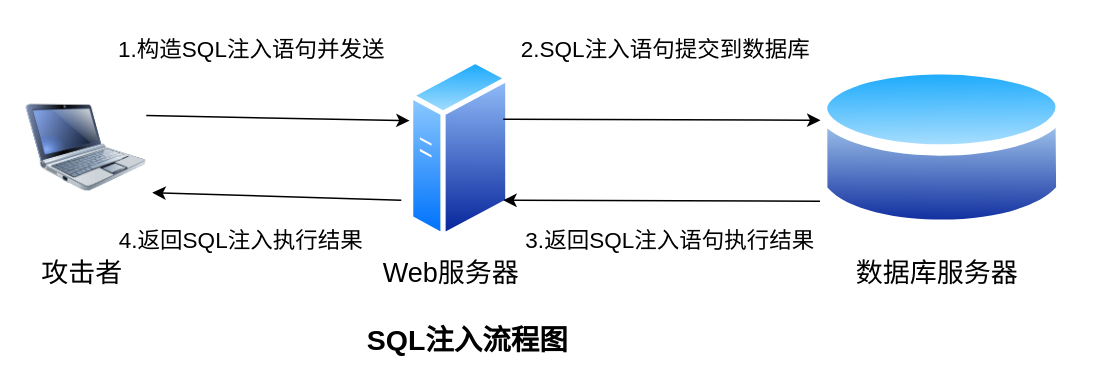
wxj-zjhz/demo keeps this draw.io diagram as SQLI.drawio. Above is the earlier version. Source tidied: cells renumbered, new cells numbered last; positions are measured from the earlier drawing's top-left corner, leaving out a move shared by most shapes. Both pictures are drawn from the tidied source at 150%, with x=0, y=0 at pixel (26, 26).
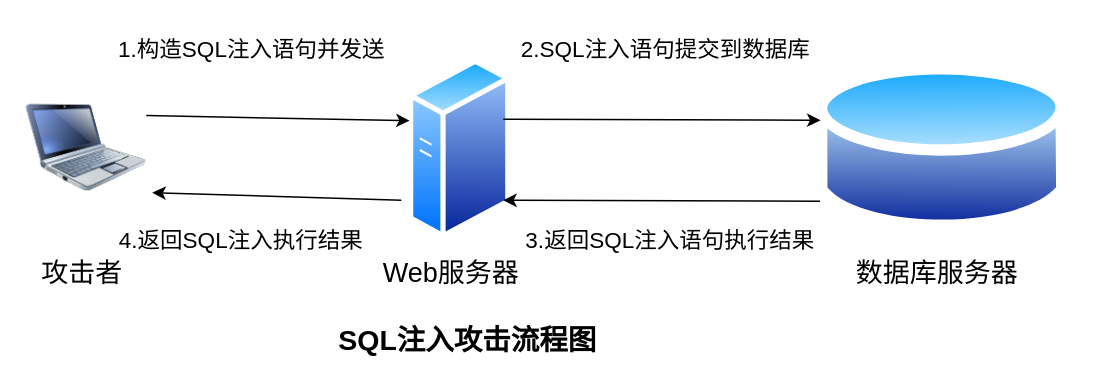
After the change.

What changed in the source:
```diff
@@
 <mxGraphModel>
   <root>
     <mxCell id="0" />
     <mxCell id="1" parent="0" />
     <mxCell id="2" style="image;html=1;image=img/lib/clip_art/computers/Netbook_128x128.png;" parent="1" vertex="1">
       <mxGeometry y="38" width="80" height="86" as="geometry" />
     </mxCell>
     <mxCell id="3" style="image;perimeter=ellipsePerimeter;html=1;align=center;shadow=0;dashed=0;spacingTop=3;image=img/lib/active_directory/generic_server.svg;" parent="1" vertex="1">
       <mxGeometry x="255" y="21" width="68.3" height="122" as="geometry" />
     </mxCell>
     <mxCell id="4" style="image;perimeter=ellipsePerimeter;html=1;align=center;shadow=0;dashed=0;spacingTop=3;image=img/lib/active_directory/database.svg;" parent="1" vertex="1">
       <mxGeometry x="527" y="19" width="167.6" height="124" as="geometry" />
     </mxCell>
     <mxCell id="5" style="endArrow=classic;html=1;rounded=0;entryX=0.009;entryY=0.344;entryDx=0;entryDy=0;entryPerimeter=0;exitX=1;exitY=0.25;exitDx=0;exitDy=0;" parent="1" edge="1" source="2" target="3">
       <mxGeometry relative="1" as="geometry" />
     </mxCell>
     <mxCell id="6" style="endArrow=classic;html=1;rounded=0;entryX=0.015;entryY=0.352;entryDx=0;entryDy=0;entryPerimeter=0;" parent="1" edge="1" target="4">
       <mxGeometry relative="1" as="geometry">
         <mxPoint x="318" y="62" as="sourcePoint" />
       </mxGeometry>
     </mxCell>
     <mxCell id="7" style="endArrow=classic;html=1;rounded=0;exitX=0.013;exitY=0.787;exitDx=0;exitDy=0;exitPerimeter=0;" parent="1" edge="1" source="4">
       <mxGeometry relative="1" as="geometry">
         <mxPoint x="318" y="116" as="targetPoint" />
       </mxGeometry>
     </mxCell>
     <mxCell id="8" style="endArrow=classic;html=1;rounded=0;" parent="1" edge="1">
       <mxGeometry relative="1" as="geometry">
         <mxPoint x="250" y="116" as="sourcePoint" />
         <mxPoint x="84" y="111" as="targetPoint" />
       </mxGeometry>
     </mxCell>
     <mxCell id="9" value="攻击者" style="text;align=center;verticalAlign=middle;strokeColor=none;fillColor=none;fontSize=18;fontStyle=0;html=1;" parent="1" vertex="1">
       <mxGeometry x="1" y="148" width="72" height="34" as="geometry" />
     </mxCell>
     <mxCell id="10" value="Web服务器" style="text;align=center;verticalAlign=middle;strokeColor=none;fillColor=none;fontSize=18;fontStyle=0;html=1;" parent="1" vertex="1">
       <mxGeometry x="228" y="148" width="109" height="34" as="geometry" />
     </mxCell>
     <mxCell id="11" value="数据库服务器" style="text;align=center;verticalAlign=middle;strokeColor=none;fillColor=none;fontSize=18;fontStyle=0;html=1;" parent="1" vertex="1">
       <mxGeometry x="544" y="148" width="126" height="34" as="geometry" />
     </mxCell>
     <mxCell id="12" value="1.构造SQL&lt;span style=&quot;background-color: initial; font-size: 15px;&quot;&gt;注入语句并发送&lt;/span&gt;" style="text;html=1;align=center;verticalAlign=middle;strokeColor=none;fillColor=none;fontSize=15;" parent="1" vertex="1">
       <mxGeometry x="52" width="196" height="30" as="geometry" />
     </mxCell>
     <mxCell id="13" value="2.SQL&lt;span style=&quot;background-color: initial; font-size: 15px;&quot;&gt;注入语句提交到数据库&lt;/span&gt;" style="text;html=1;align=center;verticalAlign=middle;strokeColor=none;fillColor=none;fontSize=15;" parent="1" vertex="1">
       <mxGeometry x="320" width="211" height="30" as="geometry" />
     </mxCell>
     <mxCell id="14" value="3.&lt;span style=&quot;background-color: initial; font-size: 15px;&quot;&gt;返回SQL注入语句执行结果&lt;/span&gt;" style="text;html=1;align=center;verticalAlign=middle;strokeColor=none;fillColor=none;fontSize=15;" parent="1" vertex="1">
       <mxGeometry x="323.3" y="127" width="211" height="30" as="geometry" />
     </mxCell>
     <mxCell id="15" value="4.返回SQL注入&lt;span style=&quot;background-color: initial; font-size: 15px;&quot;&gt;执行结果&lt;/span&gt;" style="text;html=1;align=center;verticalAlign=middle;strokeColor=none;fillColor=none;fontSize=15;" parent="1" vertex="1">
       <mxGeometry x="52" y="127" width="181" height="30" as="geometry" />
     </mxCell>
-    <mxCell id="16" value="SQL注入流程图" style="text;html=1;align=center;verticalAlign=middle;strokeColor=none;fillColor=none;fontSize=19;fontStyle=1;" parent="1" vertex="1">
-      <mxGeometry x="218" y="192" width="151" height="35" as="geometry" />
+    <mxCell id="16" value="SQL注入攻击流程图" style="text;html=1;align=center;verticalAlign=middle;strokeColor=none;fillColor=none;fontSize=19;fontStyle=1;" parent="1" vertex="1">
+      <mxGeometry x="199" y="192" width="189" height="35" as="geometry" />
     </mxCell>
   </root>
 </mxGraphModel>
```
